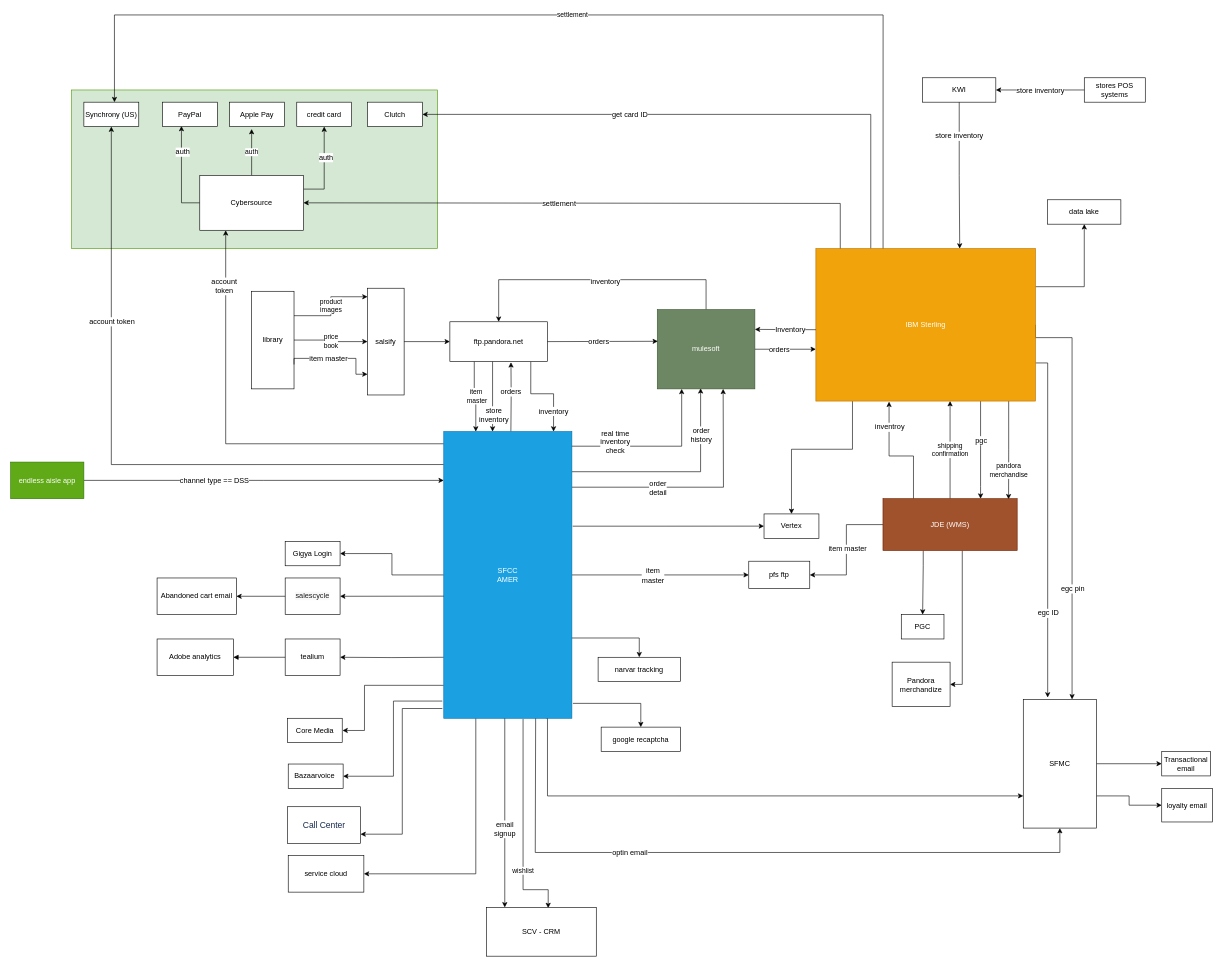
The draw.io diagram page "amer" (1 of 3) of Untitled Diagram.drawio in soum/pnd-diagrams, before the edit. Source tidied: cells renumbered, new cells numbered last; positions are measured from the earlier drawing's top-left corner, leaving out a move shared by most shapes. Both pictures are drawn from the tidied source at 61%, with x=0, y=0 at pixel (10, 15).
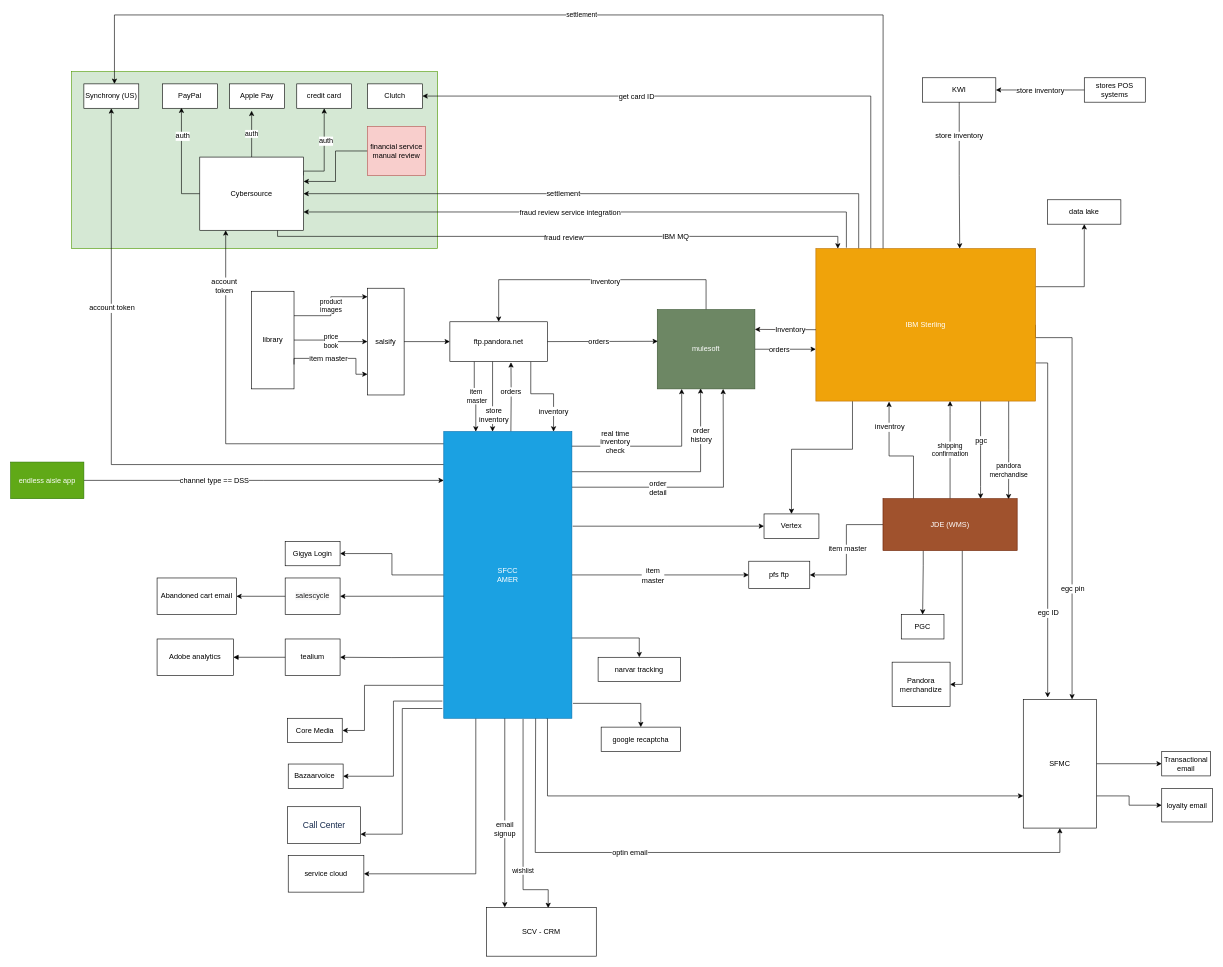
Above is the later version.

The change refers to these unchanged cells:
```xml
<mxCell id="59" value="IBM Sterling" style="rounded=0;whiteSpace=wrap;html=1;fillColor=#f0a30a;strokeColor=#BD7000;fontColor=#ffffff;" parent="1" vertex="1">
  <mxGeometry x="1320" y="383" width="360" height="250" as="geometry" />
</mxCell>
```

Change to the diagram source:
```diff
@@
     <mxCell id="2" style="rounded=0;whiteSpace=wrap;html=1;fillColor=#d5e8d4;strokeColor=#4D9900;" parent="1" vertex="1">
-      <mxGeometry x="100" y="123" width="600" height="260" as="geometry" />
+      <mxGeometry x="100" y="93" width="600" height="290" as="geometry" />
     </mxCell>
@@
-    <mxCell id="51" style="edgeStyle=orthogonalEdgeStyle;rounded=0;jettySize=auto;html=1;entryX=1;entryY=0.5;entryDx=0;entryDy=0;" parent="1" edge="1" target="75">
+    <mxCell id="51" style="edgeStyle=orthogonalEdgeStyle;rounded=0;jettySize=auto;html=1;entryX=1;entryY=0.5;entryDx=0;entryDy=0;exitX=0.195;exitY=0;exitDx=0;exitDy=0;exitPerimeter=0;" parent="1" edge="1" source="59" target="75">
       <mxGeometry relative="1" as="geometry">
-        <mxPoint x="1360" y="413" as="sourcePoint" />
         <Array as="points">
-          <mxPoint x="1360" y="309" />
+          <mxPoint x="1390" y="293" />
         </Array>
       </mxGeometry>
     </mxCell>
@@
+    <mxCell id="123" style="edgeStyle=orthogonalEdgeStyle;rounded=0;jettySize=auto;html=1;entryX=1;entryY=0.75;entryDx=0;entryDy=0;exitX=0.139;exitY=-0.006;exitDx=0;exitDy=0;exitPerimeter=0;" parent="1" edge="1" source="59" target="75">
+      <mxGeometry relative="1" as="geometry">
+        <Array as="points">
+          <mxPoint x="1370" y="323" />
+        </Array>
+      </mxGeometry>
+    </mxCell>
+    <mxCell id="124" value="fraud review service integration" style="text;html=1;align=center;verticalAlign=middle;labelBackgroundColor=#ffffff;" parent="123" vertex="1">
+      <mxGeometry x="0.08" relative="1" as="geometry" />
+    </mxCell>
@@
     <mxCell id="72" style="edgeStyle=orthogonalEdgeStyle;rounded=0;jettySize=auto;html=1;exitX=1;exitY=0.25;exitDx=0;exitDy=0;entryX=0.5;entryY=1;entryDx=0;entryDy=0;" parent="1" edge="1" source="75" target="87">
       <mxGeometry relative="1" as="geometry">
         <Array as="points">
-          <mxPoint x="514" y="285" />
+          <mxPoint x="514" y="256" />
         </Array>
       </mxGeometry>
     </mxCell>
@@
+    <mxCell id="125" style="edgeStyle=orthogonalEdgeStyle;rounded=0;jettySize=auto;html=1;exitX=0.75;exitY=1;exitDx=0;exitDy=0;" parent="1" edge="1" source="75" target="59">
+      <mxGeometry relative="1" as="geometry">
+        <Array as="points">
+          <mxPoint x="437" y="353" />
+          <mxPoint x="437" y="363" />
+          <mxPoint x="1356" y="363" />
+        </Array>
+      </mxGeometry>
+    </mxCell>
+    <mxCell id="126" value="fraud review" style="text;html=1;align=center;verticalAlign=middle;labelBackgroundColor=#ffffff;" parent="125" vertex="1">
+      <mxGeometry x="0.01" y="-1" relative="1" as="geometry" />
+    </mxCell>
+    <mxCell id="127" value="IBM MQ" style="text;html=1;align=center;verticalAlign=middle;labelBackgroundColor=#ffffff;" parent="125" vertex="1">
+      <mxGeometry x="0.39" y="-4" relative="1" as="geometry">
+        <mxPoint x="2.5" y="-4" as="offset" />
+      </mxGeometry>
+    </mxCell>
     <mxCell id="75" value="Cybersource" style="rounded=0;whiteSpace=wrap;html=1;" parent="1" vertex="1">
-      <mxGeometry x="310" y="263" width="170" height="90" as="geometry" />
+      <mxGeometry x="310" y="233" width="170" height="120" as="geometry" />
     </mxCell>
     <mxCell id="76" value="Apple Pay" style="rounded=0;whiteSpace=wrap;html=1;" parent="1" vertex="1">
-      <mxGeometry x="359" y="143" width="90" height="40" as="geometry" />
+      <mxGeometry x="359" y="113" width="90" height="40" as="geometry" />
     </mxCell>
     <mxCell id="77" value="PayPal" style="rounded=0;whiteSpace=wrap;html=1;" parent="1" vertex="1">
-      <mxGeometry x="249" y="143" width="90" height="40" as="geometry" />
+      <mxGeometry x="249" y="113" width="90" height="40" as="geometry" />
     </mxCell>
     <mxCell id="78" value="Synchrony (US)" style="rounded=0;whiteSpace=wrap;html=1;" parent="1" vertex="1">
-      <mxGeometry x="120" y="143" width="90" height="40" as="geometry" />
+      <mxGeometry x="120" y="113" width="90" height="40" as="geometry" />
     </mxCell>
@@
     <mxCell id="87" value="credit card" style="rounded=0;whiteSpace=wrap;html=1;" parent="1" vertex="1">
-      <mxGeometry x="469" y="143" width="90" height="40" as="geometry" />
+      <mxGeometry x="469" y="113" width="90" height="40" as="geometry" />
     </mxCell>
@@
     <mxCell id="112" value="Clutch" style="rounded=0;whiteSpace=wrap;html=1;" parent="1" vertex="1">
-      <mxGeometry x="585" y="143" width="90" height="40" as="geometry" />
+      <mxGeometry x="585" y="113" width="90" height="40" as="geometry" />
     </mxCell>
@@
+    <mxCell id="128" style="edgeStyle=orthogonalEdgeStyle;rounded=0;jettySize=auto;html=1;entryX=1.001;entryY=0.333;entryDx=0;entryDy=0;entryPerimeter=0;" parent="1" edge="1" source="129" target="75">
+      <mxGeometry relative="1" as="geometry" />
+    </mxCell>
+    <mxCell id="129" value="financial service &lt;br&gt;manual&amp;nbsp;review" style="rounded=0;whiteSpace=wrap;html=1;fillColor=#f8cecc;strokeColor=#b85450;" parent="1" vertex="1">
+      <mxGeometry x="585" y="183" width="95" height="80" as="geometry" />
+    </mxCell>
```
